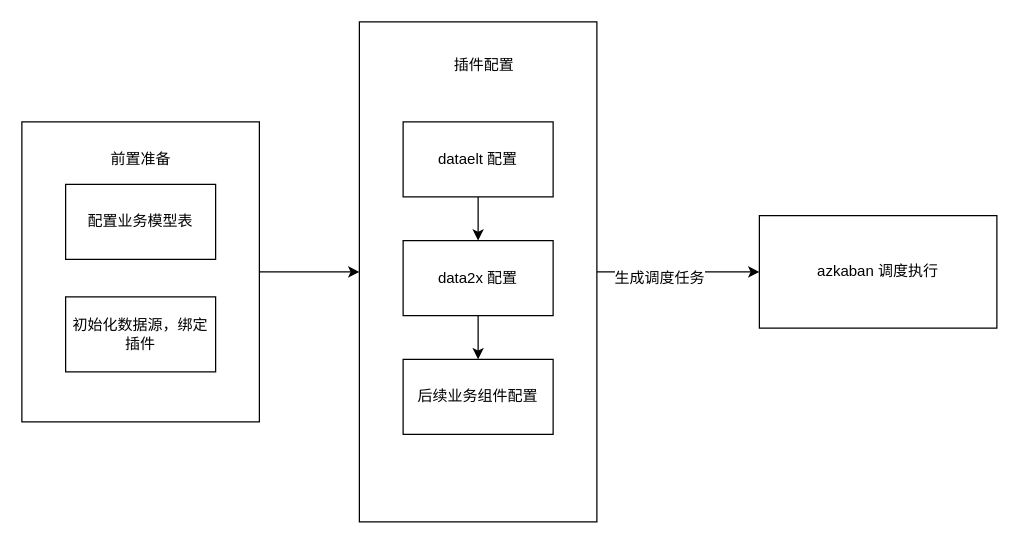
junjun888/flow-chat keeps this draw.io diagram as 数据接入平台流程图.drawio. Above is the earlier version. Source tidied: cells renumbered, new cells numbered last; positions are measured from the earlier drawing's top-left corner, leaving out a move shared by most shapes. Both pictures are drawn from the tidied source at 125%, with x=0, y=0 at pixel (21, 21).
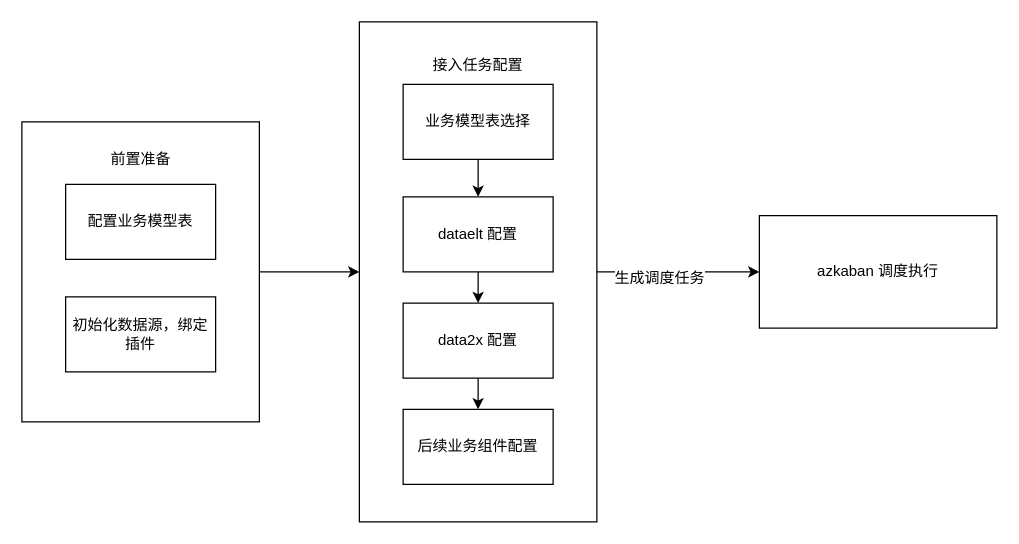
The same diagram, later.

Commit message:
更新数据接入平台流程图.drawio

Change to the diagram source:
```diff
@@
     <mxCell id="12" value="dataelt&amp;nbsp;配置" style="rounded=0;whiteSpace=wrap;html=1;" parent="1" vertex="1">
-      <mxGeometry x="305" y="80" width="120" height="60" as="geometry" />
+      <mxGeometry x="305" y="140" width="120" height="60" as="geometry" />
     </mxCell>
@@
     <mxCell id="14" value="data2x&amp;nbsp;配置" style="rounded=0;whiteSpace=wrap;html=1;" parent="1" vertex="1">
-      <mxGeometry x="305" y="175" width="120" height="60" as="geometry" />
+      <mxGeometry x="305" y="225" width="120" height="60" as="geometry" />
     </mxCell>
     <mxCell id="15" value="后续业务组件配置" style="rounded=0;whiteSpace=wrap;html=1;" parent="1" vertex="1">
-      <mxGeometry x="305" y="270" width="120" height="60" as="geometry" />
+      <mxGeometry x="305" y="310" width="120" height="60" as="geometry" />
     </mxCell>
-    <mxCell id="16" value="插件配置" style="text;html=1;strokeColor=none;fillColor=none;align=center;verticalAlign=middle;whiteSpace=wrap;rounded=0;" parent="1" vertex="1">
-      <mxGeometry x="340" y="25" width="60" height="20" as="geometry" />
+    <mxCell id="16" value="接入任务配置" style="text;html=1;strokeColor=none;fillColor=none;align=center;verticalAlign=middle;whiteSpace=wrap;rounded=0;" parent="1" vertex="1">
+      <mxGeometry x="320" y="25" width="90" height="20" as="geometry" />
     </mxCell>
+    <mxCell id="17" style="edgeStyle=orthogonalEdgeStyle;rounded=0;jettySize=auto;html=1;" parent="1" edge="1" source="18" target="12">
+      <mxGeometry relative="1" as="geometry" />
+    </mxCell>
+    <mxCell id="18" value="业务模型表选择" style="rounded=0;whiteSpace=wrap;html=1;" parent="1" vertex="1">
+      <mxGeometry x="305" y="50" width="120" height="60" as="geometry" />
+    </mxCell>
```
